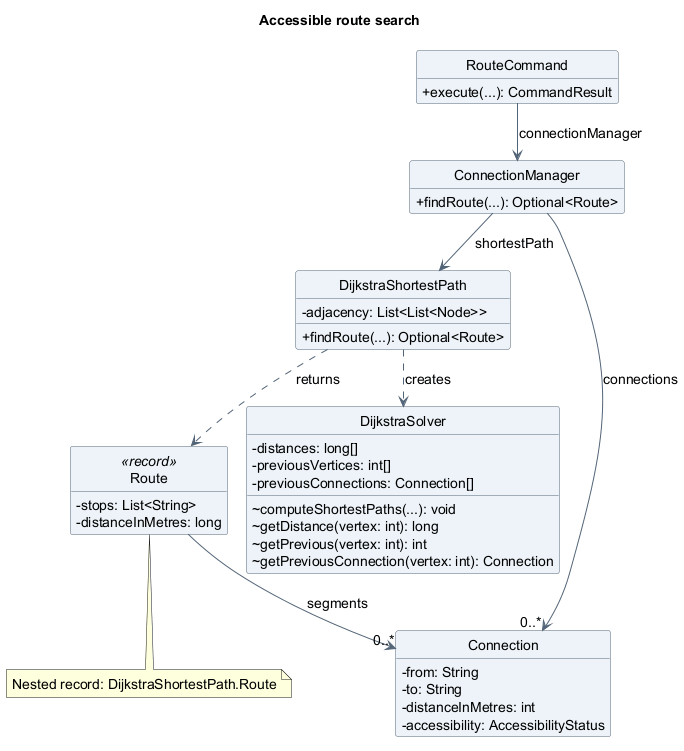
This is docs/images/luke/class/RoutingClassDiagram.png from AY2627S1-CS2113-T10-4/tp, a PlantUML export, as it was before one commit.
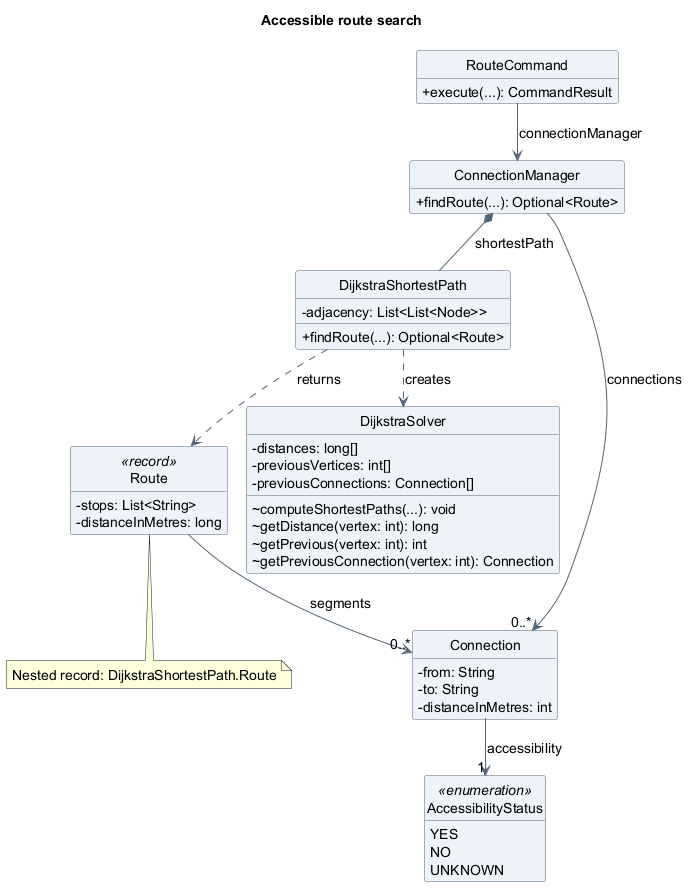
After the change.

What changed in the source:
```diff
@@ -39,15 +39,20 @@
   -from: String
   -to: String
   -distanceInMetres: int
-  -accessibility: AccessibilityStatus
+}
+enum AccessibilityStatus <<enumeration>> {
+  YES
+  NO
+  UNKNOWN
 }
 
 RouteCommand --> ConnectionManager : connectionManager
-ConnectionManager --> DijkstraShortestPath : shortestPath
+ConnectionManager *-- DijkstraShortestPath : shortestPath
 ConnectionManager --> "0..*" Connection : connections
 DijkstraShortestPath ..> DijkstraSolver : creates
 DijkstraShortestPath ..> Route : returns
 Route --> "0..*" Connection : segments
+Connection --> "1" AccessibilityStatus : accessibility
 
 note bottom of Route
   Nested record: DijkstraShortestPath.Route
```
